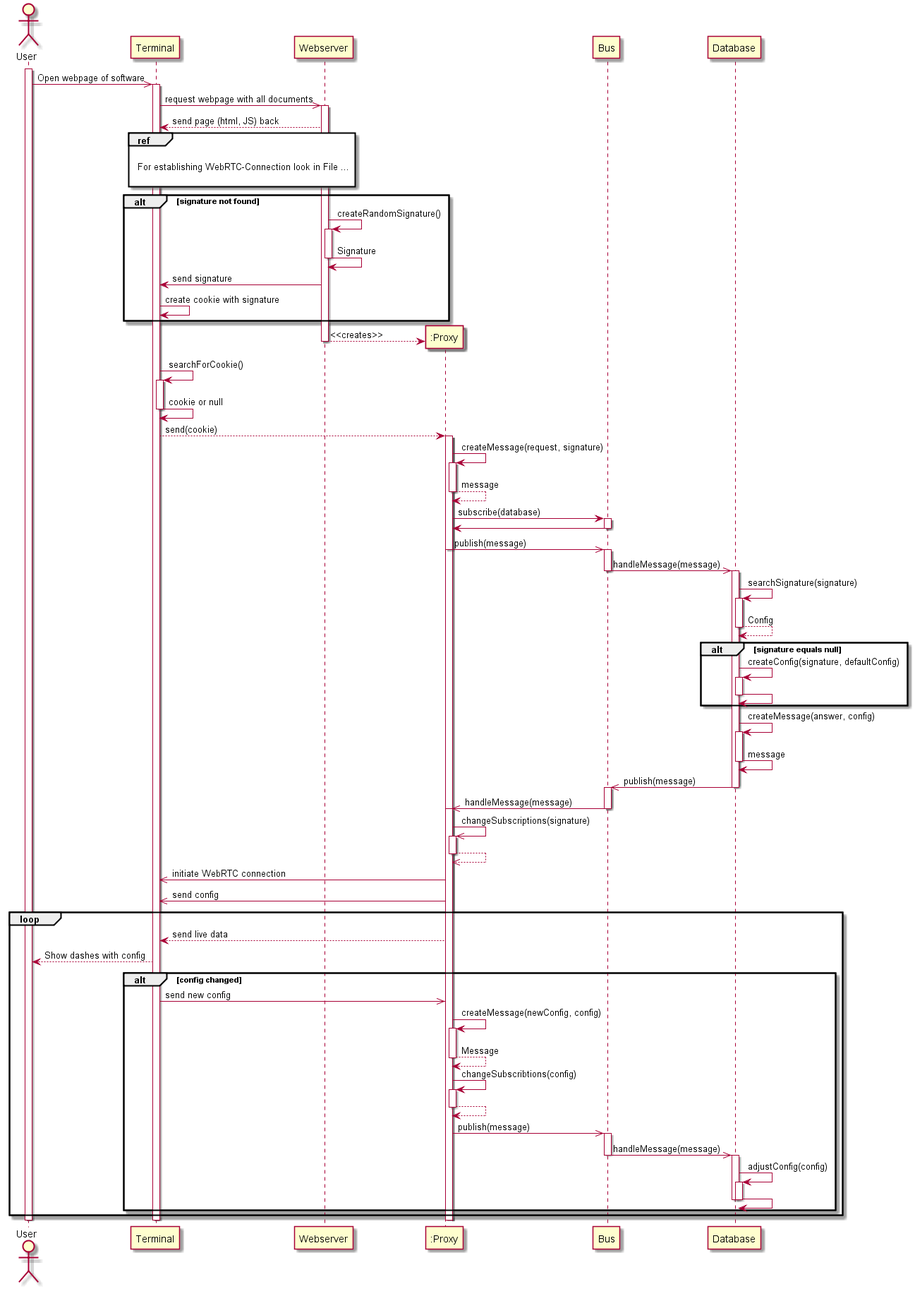
This is Entwurf/diagrams/Connect.png from uzdry/PSE, a PlantUML export, as it was before one commit. Its diagram source:
```plantuml
@startuml
actor User

activate User
User ->> Terminal: Open webpage of software
activate Terminal

Terminal ->> Webserver: request webpage with all documents
activate Webserver

Terminal <-- Webserver: send page (html, JS) back

ref over Terminal,Webserver

	For establishing WebRTC-Connection look in File ...

end ref

alt signature not found
	Webserver -> Webserver: createRandomSignature()
	activate Webserver
		Webserver -> Webserver: Signature
	deactivate Webserver
	Webserver -> Terminal: send signature
	Terminal -> Terminal: create cookie with signature
end

create ":Proxy"

Webserver --> ":Proxy": <<creates>>
deactivate Webserver

Terminal -> Terminal: searchForCookie()
activate Terminal
	Terminal -> Terminal: cookie or null
deactivate Terminal

Terminal --> ":Proxy": send(cookie)
activate ":Proxy"


activate ":Proxy"
	":Proxy" -> ":Proxy": createMessage(request, signature)
	activate ":Proxy"
		":Proxy" --> ":Proxy": message
	deactivate ":Proxy"
	":Proxy" -> Bus: subscribe(database)
	activate Bus
    	Bus -> ":Proxy"
    deactivate Bus
	":Proxy" ->> Bus: publish(message)
deactivate ":Proxy"

activate Bus
	Bus ->> Database: handleMessage(message)
deactivate Bus

activate Database
	Database -> Database: searchSignature(signature)
	activate Database
		Database --> Database: Config
	deactivate Database

	alt signature equals null
		Database -> Database: createConfig(signature, defaultConfig)
		activate Database
			Database -> Database
		deactivate Database

	end
	Database -> Database: createMessage(answer, config)
	activate Database
		Database -> Database: message
	deactivate Database
	Database ->> Bus: publish(message)
deactivate Database

activate Bus
	Bus ->> ":Proxy": handleMessage(message)
deactivate Bus


activate ":Proxy"
	":Proxy" ->> ":Proxy": changeSubscriptions(signature)
	activate ":Proxy"
		":Proxy" -->> ":Proxy"
	deactivate ":Proxy"
	Terminal <<- ":Proxy": initiate WebRTC connection
	Terminal <<- ":Proxy": send config


	loop
		Terminal <-- ":Proxy": send live data
		Terminal --> User: Show dashes with config

		alt config changed
			Terminal ->> ":Proxy": send new config
			":Proxy" -> ":Proxy": createMessage(newConfig, config)
			activate ":Proxy"
				":Proxy" --> ":Proxy": Message
			deactivate ":Proxy"
			":Proxy" -> ":Proxy": changeSubscribtions(config)
			activate ":Proxy"
				":Proxy" --> ":Proxy"
			deactivate ":Proxy"
			":Proxy" ->> Bus: publish(message)
			activate Bus
				Bus ->> Database: handleMessage(message)
			deactivate Bus

			activate Database
				Database -> Database: adjustConfig(config)
				activate Database
					Database->Database
				deactivate Database
			deactivate Database
		end
	end
deactivate ":Proxy"

deactivate User
deactivate Terminal
deactivate Database

@enduml
```
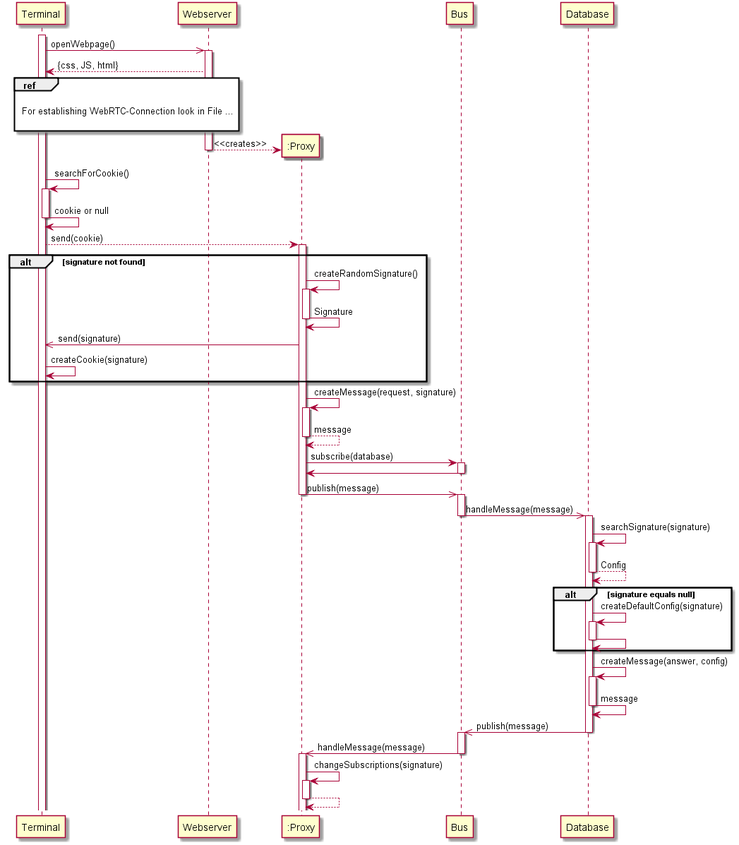
Above is the later version.

Change to the diagram source:
```diff
@@ -1,14 +1,9 @@
 @startuml
-actor User
-
-activate User
-User ->> Terminal: Open webpage of software
 activate Terminal
-
-Terminal ->> Webserver: request webpage with all documents
+Terminal ->> Webserver: openWebpage()
 activate Webserver
 
-Terminal <-- Webserver: send page (html, JS) back
+Terminal <-- Webserver: {css, JS, html}
 
 ref over Terminal,Webserver
 
@@ -16,14 +11,6 @@
 
 end ref
 
-alt signature not found
-	Webserver -> Webserver: createRandomSignature()
-	activate Webserver
-		Webserver -> Webserver: Signature
-	deactivate Webserver
-	Webserver -> Terminal: send signature
-	Terminal -> Terminal: create cookie with signature
-end
 
 create ":Proxy"
 
@@ -38,6 +25,14 @@
 Terminal --> ":Proxy": send(cookie)
 activate ":Proxy"
 
+alt signature not found
+	":Proxy" -> ":Proxy": createRandomSignature()
+	activate ":Proxy"
+		":Proxy" -> ":Proxy": Signature
+	deactivate ":Proxy"
+	":Proxy" ->> Terminal: send(signature)
+	Terminal -> Terminal: createCookie(signature)
+end
 
 activate ":Proxy"
 	":Proxy" -> ":Proxy": createMessage(request, signature)
@@ -62,7 +57,7 @@
 	deactivate Database
 
 	alt signature equals null
-		Database -> Database: createConfig(signature, defaultConfig)
+		Database -> Database: createDefaultConfig(signature)
 		activate Database
 			Database -> Database
 		deactivate Database
@@ -81,45 +76,12 @@
 
 
 activate ":Proxy"
-	":Proxy" ->> ":Proxy": changeSubscriptions(signature)
+
+	":Proxy" -> ":Proxy": changeSubscriptions(signature)
 	activate ":Proxy"
-		":Proxy" -->> ":Proxy"
+		":Proxy" --> ":Proxy"
+
 	deactivate ":Proxy"
-	Terminal <<- ":Proxy": initiate WebRTC connection
-	Terminal <<- ":Proxy": send config
 
 
-	loop
-		Terminal <-- ":Proxy": send live data
-		Terminal --> User: Show dashes with config
-
-		alt config changed
-			Terminal ->> ":Proxy": send new config
-			":Proxy" -> ":Proxy": createMessage(newConfig, config)
-			activate ":Proxy"
-				":Proxy" --> ":Proxy": Message
-			deactivate ":Proxy"
-			":Proxy" -> ":Proxy": changeSubscribtions(config)
-			activate ":Proxy"
-				":Proxy" --> ":Proxy"
-			deactivate ":Proxy"
-			":Proxy" ->> Bus: publish(message)
-			activate Bus
-				Bus ->> Database: handleMessage(message)
-			deactivate Bus
-
-			activate Database
-				Database -> Database: adjustConfig(config)
-				activate Database
-					Database->Database
-				deactivate Database
-			deactivate Database
-		end
-	end
-deactivate ":Proxy"
-
-deactivate User
-deactivate Terminal
-deactivate Database
-
 @enduml
```
